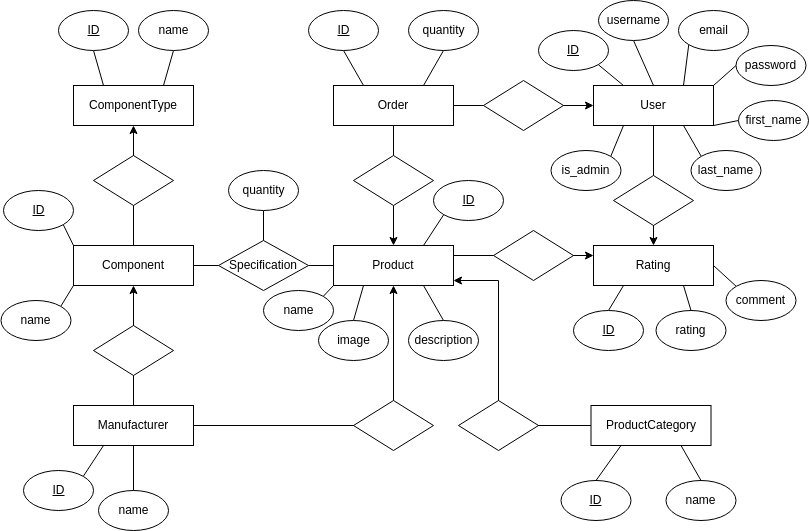
Balsa-Dogandzic/Gaming_store_API keeps this draw.io diagram as docs/game_store_ERD.png. Above is the earlier version. Source tidied: cells renumbered, new cells last; positions are measured from the earlier drawing's top-left corner, leaving out a move shared by most shapes.
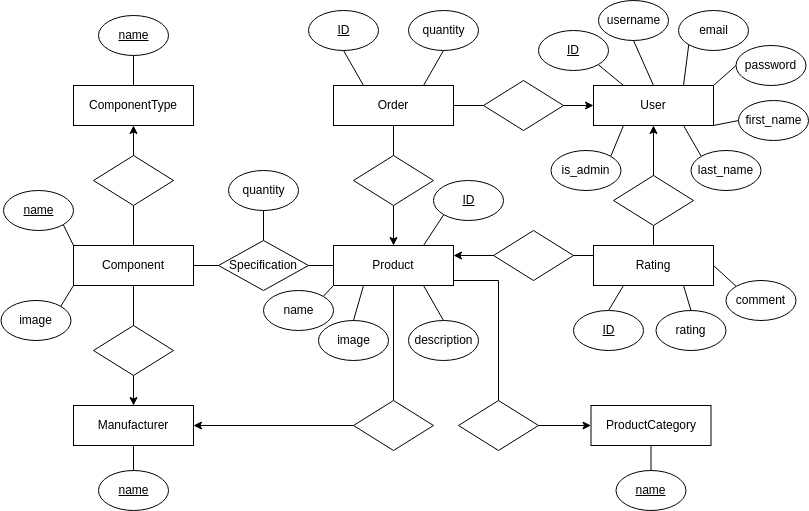
The same diagram one commit later.

Change to the diagram source:
```diff
@@ -2,7 +2,7 @@
   <root>
     <mxCell id="0" />
     <mxCell id="1" parent="0" />
-    <mxCell id="2" style="edgeStyle=orthogonalEdgeStyle;rounded=0;jettySize=auto;html=1;exitX=1;exitY=0.25;exitDx=0;exitDy=0;entryX=0;entryY=0.25;entryDx=0;entryDy=0;startArrow=none;startFill=0;" parent="1" edge="1" source="3" target="102">
+    <mxCell id="2" style="edgeStyle=orthogonalEdgeStyle;rounded=0;jettySize=auto;html=1;exitX=1;exitY=0.25;exitDx=0;exitDy=0;entryX=0;entryY=0.25;entryDx=0;entryDy=0;startArrow=classic;startFill=1;endArrow=none;endFill=0;" parent="1" edge="1" source="3" target="102">
       <mxGeometry relative="1" as="geometry" />
     </mxCell>
     <mxCell id="3" style="rounded=0;whiteSpace=wrap;html=1;" parent="1" vertex="1">
@@ -14,7 +14,7 @@
     <mxCell id="5" style="edgeStyle=orthogonalEdgeStyle;rounded=0;jettySize=auto;html=1;exitX=1;exitY=0.5;exitDx=0;exitDy=0;entryX=0;entryY=0.5;entryDx=0;entryDy=0;endArrow=none;endFill=0;startArrow=none;" parent="1" edge="1" source="24" target="3">
       <mxGeometry relative="1" as="geometry" />
     </mxCell>
-    <mxCell id="6" style="edgeStyle=orthogonalEdgeStyle;rounded=0;jettySize=auto;html=1;exitX=0.5;exitY=1;exitDx=0;exitDy=0;entryX=0.5;entryY=0;entryDx=0;entryDy=0;endArrow=none;endFill=0;startArrow=classic;startFill=1;" parent="1" edge="1" source="8" target="22">
+    <mxCell id="6" style="edgeStyle=orthogonalEdgeStyle;rounded=0;jettySize=auto;html=1;exitX=0.5;exitY=1;exitDx=0;exitDy=0;entryX=0.5;entryY=0;entryDx=0;entryDy=0;endArrow=classic;endFill=1;startArrow=none;startFill=0;" parent="1" edge="1" source="8" target="22">
       <mxGeometry relative="1" as="geometry" />
     </mxCell>
     <mxCell id="7" style="edgeStyle=orthogonalEdgeStyle;rounded=0;jettySize=auto;html=1;exitX=0.5;exitY=0;exitDx=0;exitDy=0;entryX=0.5;entryY=1;entryDx=0;entryDy=0;startArrow=none;startFill=0;endArrow=classic;endFill=1;" parent="1" edge="1" source="8" target="19">
@@ -26,7 +26,7 @@
     <mxCell id="9" value="Component" style="text;html=1;strokeColor=none;fillColor=none;align=center;verticalAlign=middle;whiteSpace=wrap;rounded=0;" parent="1" vertex="1">
       <mxGeometry x="103" y="250" width="60" height="30" as="geometry" />
     </mxCell>
-    <mxCell id="10" style="edgeStyle=orthogonalEdgeStyle;rounded=0;jettySize=auto;html=1;exitX=0.5;exitY=1;exitDx=0;exitDy=0;entryX=0.5;entryY=0;entryDx=0;entryDy=0;startArrow=none;startFill=0;" parent="1" edge="1" source="11" target="102">
+    <mxCell id="10" style="edgeStyle=orthogonalEdgeStyle;rounded=0;jettySize=auto;html=1;exitX=0.5;exitY=1;exitDx=0;exitDy=0;entryX=0.5;entryY=0;entryDx=0;entryDy=0;startArrow=classic;startFill=1;endArrow=none;endFill=0;" parent="1" edge="1" source="11" target="102">
       <mxGeometry relative="1" as="geometry" />
     </mxCell>
     <mxCell id="11" style="rounded=0;whiteSpace=wrap;html=1;" parent="1" vertex="1">
@@ -59,7 +59,7 @@
     <mxCell id="20" value="ComponentType" style="text;html=1;strokeColor=none;fillColor=none;align=center;verticalAlign=middle;whiteSpace=wrap;rounded=0;" parent="1" vertex="1">
       <mxGeometry x="103" y="90" width="60" height="30" as="geometry" />
     </mxCell>
-    <mxCell id="21" style="edgeStyle=orthogonalEdgeStyle;rounded=0;jettySize=auto;html=1;exitX=1;exitY=0.5;exitDx=0;exitDy=0;entryX=0.5;entryY=1;entryDx=0;entryDy=0;startArrow=none;startFill=0;endArrow=classic;endFill=1;" parent="1" edge="1" source="22" target="3">
+    <mxCell id="21" style="edgeStyle=orthogonalEdgeStyle;rounded=0;jettySize=auto;html=1;exitX=1;exitY=0.5;exitDx=0;exitDy=0;entryX=0.5;entryY=1;entryDx=0;entryDy=0;startArrow=classic;startFill=1;endArrow=none;endFill=0;" parent="1" edge="1" source="22" target="3">
       <mxGeometry relative="1" as="geometry" />
     </mxCell>
     <mxCell id="22" style="rounded=0;whiteSpace=wrap;html=1;" parent="1" vertex="1">
@@ -86,7 +86,7 @@
     <mxCell id="29" style="rhombus;whiteSpace=wrap;html=1;" parent="1" vertex="1">
       <mxGeometry x="93" y="155" width="80" height="50" as="geometry" />
     </mxCell>
-    <mxCell id="30" style="edgeStyle=orthogonalEdgeStyle;rounded=0;jettySize=auto;html=1;entryX=0;entryY=0.5;entryDx=0;entryDy=0;startArrow=classic;startFill=1;endArrow=none;endFill=1;" parent="1" edge="1" target="13">
+    <mxCell id="30" style="edgeStyle=orthogonalEdgeStyle;rounded=0;jettySize=auto;html=1;entryX=0;entryY=0.5;entryDx=0;entryDy=0;startArrow=none;startFill=0;endArrow=classic;endFill=1;" parent="1" edge="1" target="13">
       <mxGeometry relative="1" as="geometry">
         <mxPoint x="453" y="280" as="sourcePoint" />
         <Array as="points">
@@ -104,23 +104,14 @@
     <mxCell id="33" style="rhombus;whiteSpace=wrap;html=1;" parent="1" vertex="1">
       <mxGeometry x="483" y="80" width="80" height="50" as="geometry" />
     </mxCell>
-    <mxCell id="34" style="rounded=0;jettySize=auto;html=1;exitX=0.5;exitY=1;exitDx=0;exitDy=0;entryX=0.25;entryY=0;entryDx=0;entryDy=0;startArrow=none;startFill=0;endArrow=none;endFill=0;" parent="1" edge="1" source="35" target="19">
-      <mxGeometry relative="1" as="geometry" />
-    </mxCell>
-    <mxCell id="35" style="ellipse;whiteSpace=wrap;html=1;" parent="1" vertex="1">
-      <mxGeometry x="58" y="10" width="70" height="40" as="geometry" />
-    </mxCell>
-    <mxCell id="36" style="edgeStyle=none;rounded=0;jettySize=auto;html=1;exitX=0.5;exitY=1;exitDx=0;exitDy=0;entryX=0.75;entryY=0;entryDx=0;entryDy=0;startArrow=none;startFill=0;endArrow=none;endFill=0;" parent="1" edge="1" source="37" target="19">
+    <mxCell id="36" style="edgeStyle=none;rounded=0;jettySize=auto;html=1;exitX=0.5;exitY=1;exitDx=0;exitDy=0;entryX=0.5;entryY=0;entryDx=0;entryDy=0;startArrow=none;startFill=0;endArrow=none;endFill=0;" parent="1" edge="1" source="37" target="19">
       <mxGeometry relative="1" as="geometry" />
     </mxCell>
     <mxCell id="37" style="ellipse;whiteSpace=wrap;html=1;" parent="1" vertex="1">
-      <mxGeometry x="138" y="10" width="70" height="40" as="geometry" />
+      <mxGeometry x="98" y="15" width="70" height="40" as="geometry" />
     </mxCell>
-    <mxCell id="38" value="&lt;u&gt;ID&lt;/u&gt;" style="text;html=1;strokeColor=none;fillColor=none;align=center;verticalAlign=middle;whiteSpace=wrap;rounded=0;" parent="1" vertex="1">
-      <mxGeometry x="70.5" y="20" width="45" height="20" as="geometry" />
-    </mxCell>
-    <mxCell id="39" value="name" style="text;html=1;strokeColor=none;fillColor=none;align=center;verticalAlign=middle;whiteSpace=wrap;rounded=0;" parent="1" vertex="1">
-      <mxGeometry x="150.5" y="20" width="45" height="20" as="geometry" />
+    <mxCell id="39" value="&lt;u&gt;name&lt;/u&gt;" style="text;html=1;strokeColor=none;fillColor=none;align=center;verticalAlign=middle;whiteSpace=wrap;rounded=0;" parent="1" vertex="1">
+      <mxGeometry x="110.5" y="25" width="45" height="20" as="geometry" />
     </mxCell>
     <mxCell id="40" style="edgeStyle=none;rounded=0;jettySize=auto;html=1;exitX=1;exitY=1;exitDx=0;exitDy=0;entryX=0;entryY=0;entryDx=0;entryDy=0;startArrow=none;startFill=0;endArrow=none;endFill=0;" parent="1" edge="1" source="41" target="8">
       <mxGeometry relative="1" as="geometry" />
@@ -128,7 +119,7 @@
     <mxCell id="41" style="ellipse;whiteSpace=wrap;html=1;" parent="1" vertex="1">
       <mxGeometry x="3" y="190" width="70" height="40" as="geometry" />
     </mxCell>
-    <mxCell id="42" value="&lt;u&gt;ID&lt;/u&gt;" style="text;html=1;strokeColor=none;fillColor=none;align=center;verticalAlign=middle;whiteSpace=wrap;rounded=0;" parent="1" vertex="1">
+    <mxCell id="42" value="&lt;u&gt;name&lt;/u&gt;" style="text;html=1;strokeColor=none;fillColor=none;align=center;verticalAlign=middle;whiteSpace=wrap;rounded=0;" parent="1" vertex="1">
       <mxGeometry x="15.5" y="200" width="45" height="20" as="geometry" />
     </mxCell>
     <mxCell id="43" style="edgeStyle=none;rounded=0;jettySize=auto;html=1;exitX=1;exitY=0;exitDx=0;exitDy=0;entryX=0;entryY=1;entryDx=0;entryDy=0;startArrow=none;startFill=0;endArrow=none;endFill=0;" parent="1" edge="1" source="44" target="8">
@@ -137,28 +128,19 @@
     <mxCell id="44" style="ellipse;whiteSpace=wrap;html=1;" parent="1" vertex="1">
       <mxGeometry x="0.5" y="300" width="70" height="40" as="geometry" />
     </mxCell>
-    <mxCell id="45" value="name" style="text;html=1;strokeColor=none;fillColor=none;align=center;verticalAlign=middle;whiteSpace=wrap;rounded=0;" parent="1" vertex="1">
+    <mxCell id="45" value="image" style="text;html=1;strokeColor=none;fillColor=none;align=center;verticalAlign=middle;whiteSpace=wrap;rounded=0;" parent="1" vertex="1">
       <mxGeometry x="13" y="310" width="45" height="20" as="geometry" />
     </mxCell>
-    <mxCell id="46" style="edgeStyle=none;rounded=0;jettySize=auto;html=1;exitX=1;exitY=0;exitDx=0;exitDy=0;entryX=0.25;entryY=1;entryDx=0;entryDy=0;startArrow=none;startFill=0;endArrow=none;endFill=0;" parent="1" edge="1" source="47" target="22">
-      <mxGeometry relative="1" as="geometry" />
-    </mxCell>
-    <mxCell id="47" style="ellipse;whiteSpace=wrap;html=1;" parent="1" vertex="1">
-      <mxGeometry x="23" y="470" width="70" height="40" as="geometry" />
-    </mxCell>
-    <mxCell id="48" value="&lt;u&gt;ID&lt;/u&gt;" style="text;html=1;strokeColor=none;fillColor=none;align=center;verticalAlign=middle;whiteSpace=wrap;rounded=0;" parent="1" vertex="1">
-      <mxGeometry x="35.5" y="480" width="45" height="20" as="geometry" />
-    </mxCell>
     <mxCell id="49" style="ellipse;whiteSpace=wrap;html=1;" parent="1" vertex="1">
-      <mxGeometry x="98" y="490" width="70" height="40" as="geometry" />
+      <mxGeometry x="98" y="470" width="70" height="40" as="geometry" />
     </mxCell>
     <mxCell id="50" style="edgeStyle=none;rounded=0;jettySize=auto;html=1;startArrow=none;startFill=0;endArrow=none;endFill=0;entryX=0.5;entryY=1;entryDx=0;entryDy=0;" parent="1" edge="1" target="22">
       <mxGeometry relative="1" as="geometry">
-        <mxPoint x="133" y="490" as="sourcePoint" />
+        <mxPoint x="133" y="470" as="sourcePoint" />
       </mxGeometry>
     </mxCell>
-    <mxCell id="51" value="name" style="text;html=1;strokeColor=none;fillColor=none;align=center;verticalAlign=middle;whiteSpace=wrap;rounded=0;" parent="1" vertex="1">
-      <mxGeometry x="110.5" y="500" width="45" height="20" as="geometry" />
+    <mxCell id="51" value="&lt;u&gt;name&lt;/u&gt;" style="text;html=1;strokeColor=none;fillColor=none;align=center;verticalAlign=middle;whiteSpace=wrap;rounded=0;" parent="1" vertex="1">
+      <mxGeometry x="110.5" y="480" width="45" height="20" as="geometry" />
     </mxCell>
     <mxCell id="52" style="edgeStyle=none;rounded=0;jettySize=auto;html=1;exitX=1;exitY=0;exitDx=0;exitDy=0;entryX=0;entryY=1;entryDx=0;entryDy=0;startArrow=none;startFill=0;endArrow=none;endFill=0;" parent="1" edge="1" source="53" target="3">
       <mxGeometry relative="1" as="geometry" />
@@ -223,23 +205,14 @@
     <mxCell id="72" value="quantity" style="text;html=1;strokeColor=none;fillColor=none;align=center;verticalAlign=middle;whiteSpace=wrap;rounded=0;" parent="1" vertex="1">
       <mxGeometry x="420.5" y="20" width="45" height="20" as="geometry" />
     </mxCell>
-    <mxCell id="73" style="edgeStyle=none;rounded=0;jettySize=auto;html=1;exitX=0.5;exitY=0;exitDx=0;exitDy=0;entryX=0.25;entryY=1;entryDx=0;entryDy=0;startArrow=none;startFill=0;endArrow=none;endFill=0;" parent="1" edge="1" source="74" target="13">
-      <mxGeometry relative="1" as="geometry" />
-    </mxCell>
-    <mxCell id="74" style="ellipse;whiteSpace=wrap;html=1;" parent="1" vertex="1">
-      <mxGeometry x="560.5" y="480" width="70" height="40" as="geometry" />
-    </mxCell>
-    <mxCell id="75" value="&lt;u&gt;ID&lt;/u&gt;" style="text;html=1;strokeColor=none;fillColor=none;align=center;verticalAlign=middle;whiteSpace=wrap;rounded=0;" parent="1" vertex="1">
-      <mxGeometry x="573" y="490" width="45" height="20" as="geometry" />
-    </mxCell>
-    <mxCell id="76" style="edgeStyle=none;rounded=0;jettySize=auto;html=1;exitX=0.5;exitY=0;exitDx=0;exitDy=0;entryX=0.75;entryY=1;entryDx=0;entryDy=0;startArrow=none;startFill=0;endArrow=none;endFill=0;" parent="1" edge="1" source="77" target="13">
+    <mxCell id="76" style="edgeStyle=none;rounded=0;jettySize=auto;html=1;exitX=0.5;exitY=0;exitDx=0;exitDy=0;startArrow=none;startFill=0;endArrow=none;endFill=0;entryX=0.5;entryY=1;entryDx=0;entryDy=0;" parent="1" edge="1" source="77" target="13">
       <mxGeometry relative="1" as="geometry" />
     </mxCell>
     <mxCell id="77" style="ellipse;whiteSpace=wrap;html=1;" parent="1" vertex="1">
-      <mxGeometry x="665.5" y="480" width="70" height="40" as="geometry" />
+      <mxGeometry x="615.5" y="470" width="70" height="40" as="geometry" />
     </mxCell>
-    <mxCell id="78" value="name" style="text;html=1;strokeColor=none;fillColor=none;align=center;verticalAlign=middle;whiteSpace=wrap;rounded=0;" parent="1" vertex="1">
-      <mxGeometry x="678" y="490" width="45" height="20" as="geometry" />
+    <mxCell id="78" value="&lt;u&gt;name&lt;/u&gt;" style="text;html=1;strokeColor=none;fillColor=none;align=center;verticalAlign=middle;whiteSpace=wrap;rounded=0;" parent="1" vertex="1">
+      <mxGeometry x="628" y="480" width="45" height="20" as="geometry" />
     </mxCell>
     <mxCell id="79" style="edgeStyle=none;rounded=0;jettySize=auto;html=1;exitX=1;exitY=1;exitDx=0;exitDy=0;entryX=0.25;entryY=0;entryDx=0;entryDy=0;startArrow=none;startFill=0;endArrow=none;endFill=0;" parent="1" edge="1" source="80" target="11">
       <mxGeometry relative="1" as="geometry" />
```
